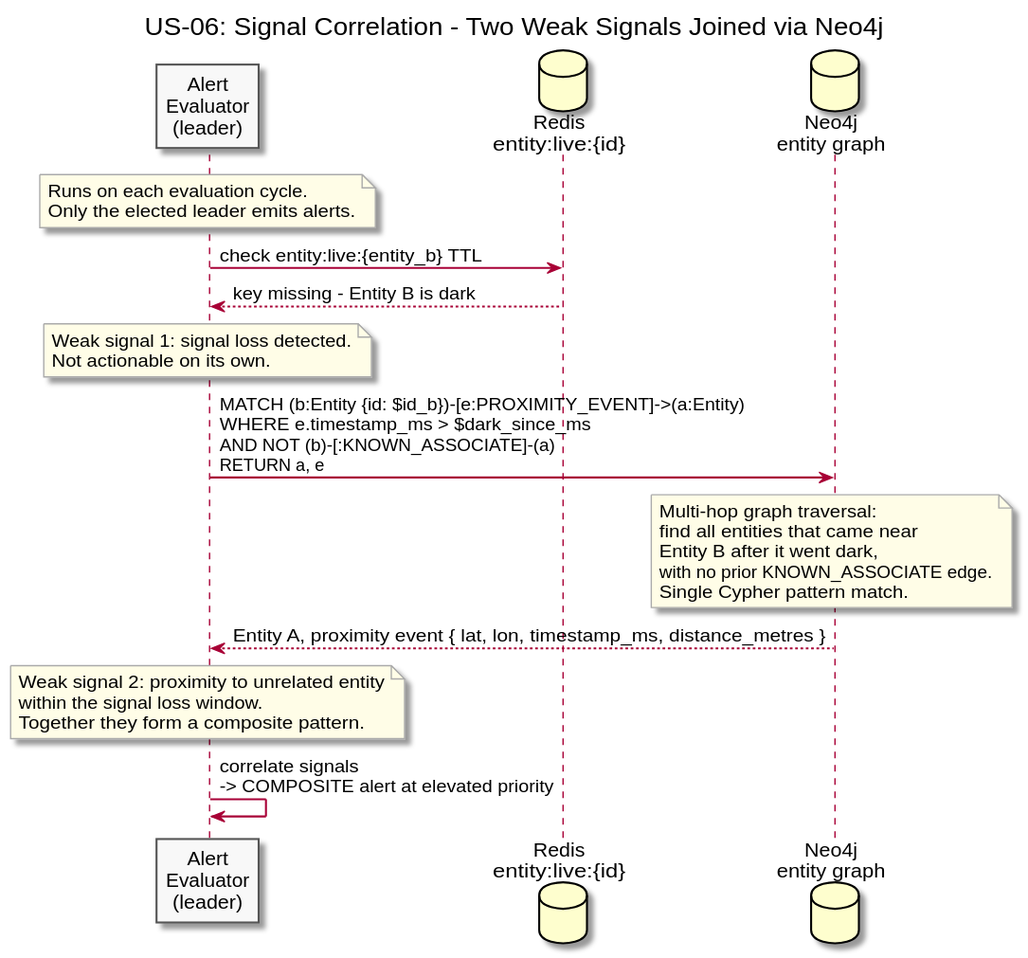
Earlier version of the PlantUML export diagrams/docs/use-cases/US-06-composite-alert/signal-correlation.svg (Buffden/sentinel). Source of this version:
```plantuml
@startuml signal-correlation
title US-06: Signal Correlation - Two Weak Signals Joined via Neo4j

skinparam sequenceArrowThickness 1.5
skinparam participantBorderColor #555555
skinparam participantBackgroundColor #F8F8F8
skinparam noteBorderColor #AAAAAA
skinparam noteBackgroundColor #FFFDE7

participant "Alert\nEvaluator\n(leader)" as Evaluator
database "Redis\nentity:live:{id}" as Redis
database "Neo4j\nentity graph" as Neo4j

note over Evaluator
  Runs on each evaluation cycle.
  Only the elected leader emits alerts.
end note

Evaluator -> Redis : check entity:live:{entity_b} TTL
Redis --> Evaluator : key missing - Entity B is dark

note over Evaluator
  Weak signal 1: signal loss detected.
  Not actionable on its own.
end note

Evaluator -> Neo4j : MATCH (b:Entity {id: $id_b})-[e:PROXIMITY_EVENT]->(a:Entity)\nWHERE e.timestamp_ms > $dark_since_ms\nAND NOT (b)-[:KNOWN_ASSOCIATE]-(a)\nRETURN a, e

note over Neo4j
  Multi-hop graph traversal:
  find all entities that came near
  Entity B after it went dark,
  with no prior KNOWN_ASSOCIATE edge.
  Single Cypher pattern match.
end note

Neo4j --> Evaluator : Entity A, proximity event { lat, lon, timestamp_ms, distance_metres }

note over Evaluator
  Weak signal 2: proximity to unrelated entity
  within the signal loss window.
  Together they form a composite pattern.
end note

Evaluator -> Evaluator : correlate signals\n-> COMPOSITE alert at elevated priority

@enduml
```
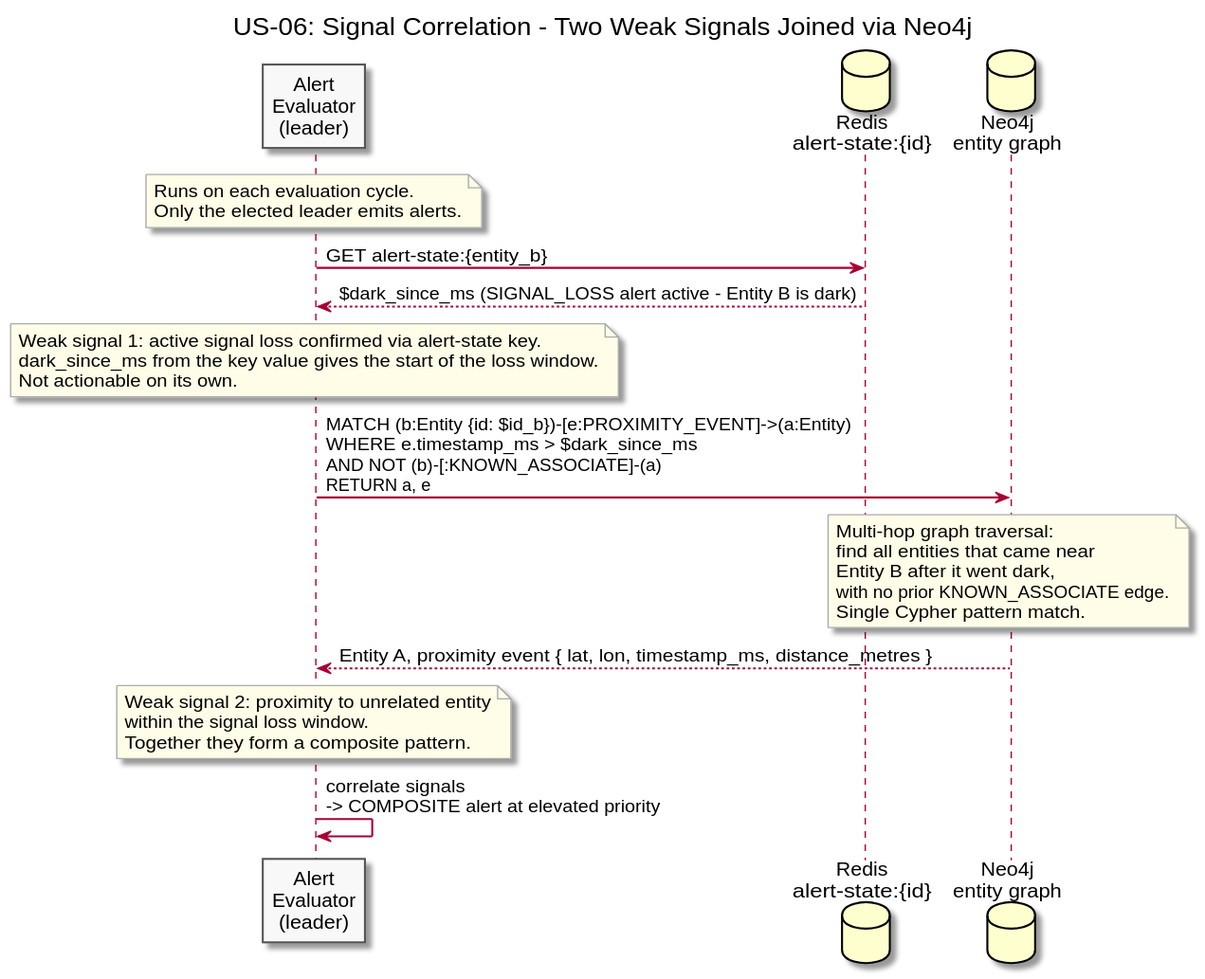
The same file after the commit.

Diff of the diagram source:
```diff
@@ -8,7 +8,7 @@
 skinparam noteBackgroundColor #FFFDE7
 
 participant "Alert\nEvaluator\n(leader)" as Evaluator
-database "Redis\nentity:live:{id}" as Redis
+database "Redis\nalert-state:{id}" as AlertState
 database "Neo4j\nentity graph" as Neo4j
 
 note over Evaluator
@@ -16,11 +16,12 @@
   Only the elected leader emits alerts.
 end note
 
-Evaluator -> Redis : check entity:live:{entity_b} TTL
-Redis --> Evaluator : key missing - Entity B is dark
+Evaluator -> AlertState : GET alert-state:{entity_b}
+AlertState --> Evaluator : $dark_since_ms (SIGNAL_LOSS alert active - Entity B is dark)
 
 note over Evaluator
-  Weak signal 1: signal loss detected.
+  Weak signal 1: active signal loss confirmed via alert-state key.
+  dark_since_ms from the key value gives the start of the loss window.
   Not actionable on its own.
 end note
 
```
